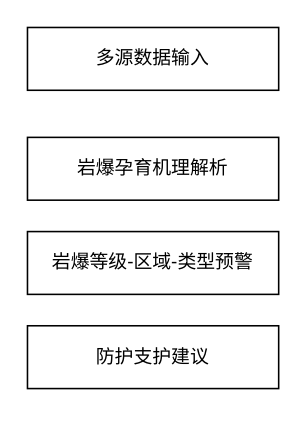
This is 我们的方法.drawio from hzb29/hzb29, a draw.io file, before an edit. Source tidied: cells renumbered, new cells numbered last; positions are measured from the earlier drawing's top-left corner, leaving out a move shared by most shapes. Both pictures are drawn from the tidied source at 157%, with x=0, y=0 at pixel (27, 27).
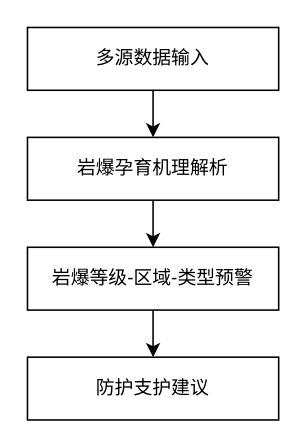
After the change.

Commit message (it also covers changes not shown here):
更新我们的方法.drawio

Diff of the diagram source:
```diff
@@
 <mxGraphModel>
   <root>
     <mxCell id="0" />
     <mxCell id="1" parent="0" />
     <mxCell id="2" value="多源数据输入" style="rounded=0;whiteSpace=wrap;html=1;" parent="1" vertex="1">
       <mxGeometry width="160" height="40" as="geometry" />
     </mxCell>
     <mxCell id="3" value="岩爆孕育机理解析" style="rounded=0;whiteSpace=wrap;html=1;" parent="1" vertex="1">
       <mxGeometry y="70" width="160" height="40" as="geometry" />
     </mxCell>
     <mxCell id="4" value="岩爆等级-区域-类型预警" style="rounded=0;whiteSpace=wrap;html=1;" parent="1" vertex="1">
-      <mxGeometry y="130" width="160" height="40" as="geometry" />
+      <mxGeometry y="140" width="160" height="40" as="geometry" />
     </mxCell>
     <mxCell id="5" value="防护支护建议" style="rounded=0;whiteSpace=wrap;html=1;" parent="1" vertex="1">
-      <mxGeometry y="190" width="160" height="40" as="geometry" />
+      <mxGeometry y="210" width="160" height="40" as="geometry" />
     </mxCell>
+    <mxCell id="6" style="endArrow=classic;html=1;rounded=0;exitX=0.5;exitY=1;exitDx=0;exitDy=0;entryX=0.5;entryY=0;entryDx=0;entryDy=0;" parent="1" edge="1" source="2" target="3">
+      <mxGeometry relative="1" as="geometry" />
+    </mxCell>
+    <mxCell id="7" style="endArrow=classic;html=1;rounded=0;exitX=0.5;exitY=1;exitDx=0;exitDy=0;entryX=0.5;entryY=0;entryDx=0;entryDy=0;" parent="1" edge="1" source="3" target="4">
+      <mxGeometry relative="1" as="geometry" />
+    </mxCell>
+    <mxCell id="8" style="endArrow=classic;html=1;rounded=0;exitX=0.5;exitY=1;exitDx=0;exitDy=0;entryX=0.5;entryY=0;entryDx=0;entryDy=0;" parent="1" edge="1" source="4" target="5">
+      <mxGeometry relative="1" as="geometry" />
+    </mxCell>
   </root>
 </mxGraphModel>
```
